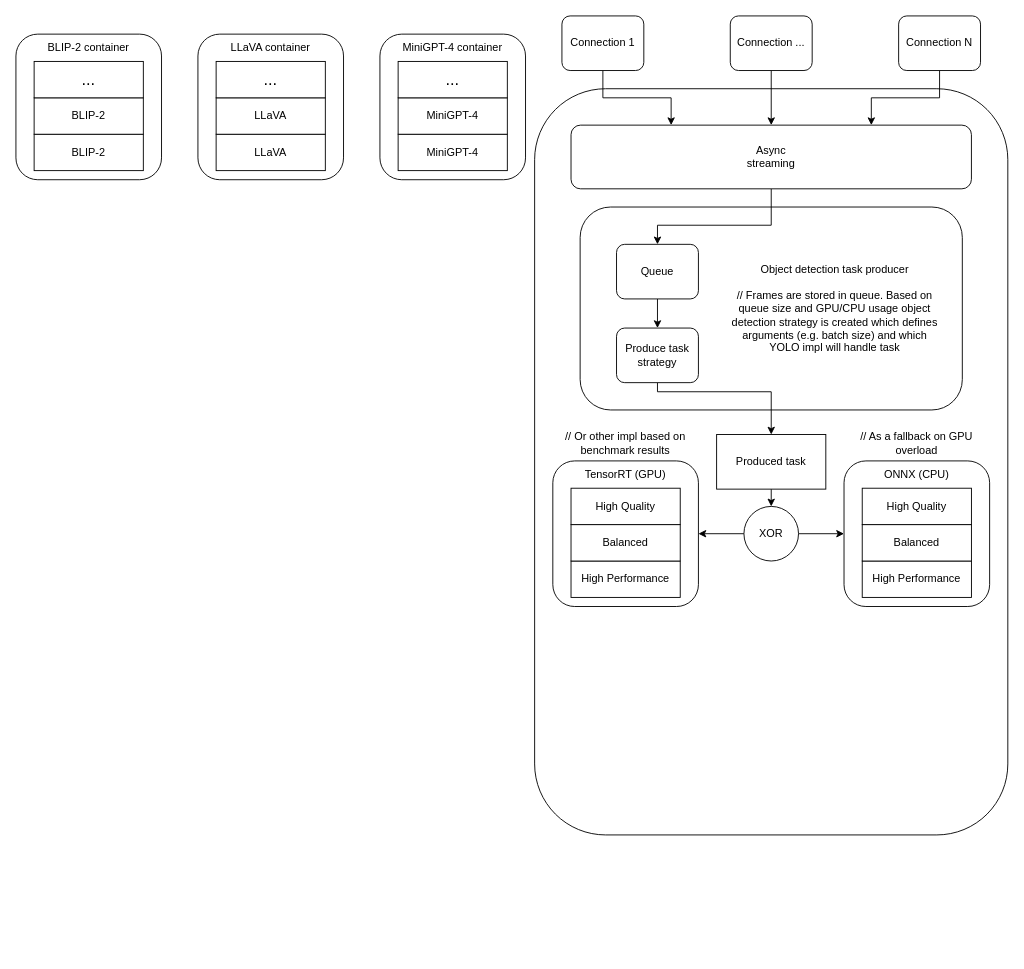
The draw.io diagram Диаграмма без названия.drawio in BaronVice/schemas, before the edit. Source tidied: cells renumbered, new cells numbered last; positions are measured from the earlier drawing's top-left corner, leaving out a move shared by most shapes. Both pictures are drawn from the tidied source at 91%, with x=0, y=0 at pixel (15, 15).
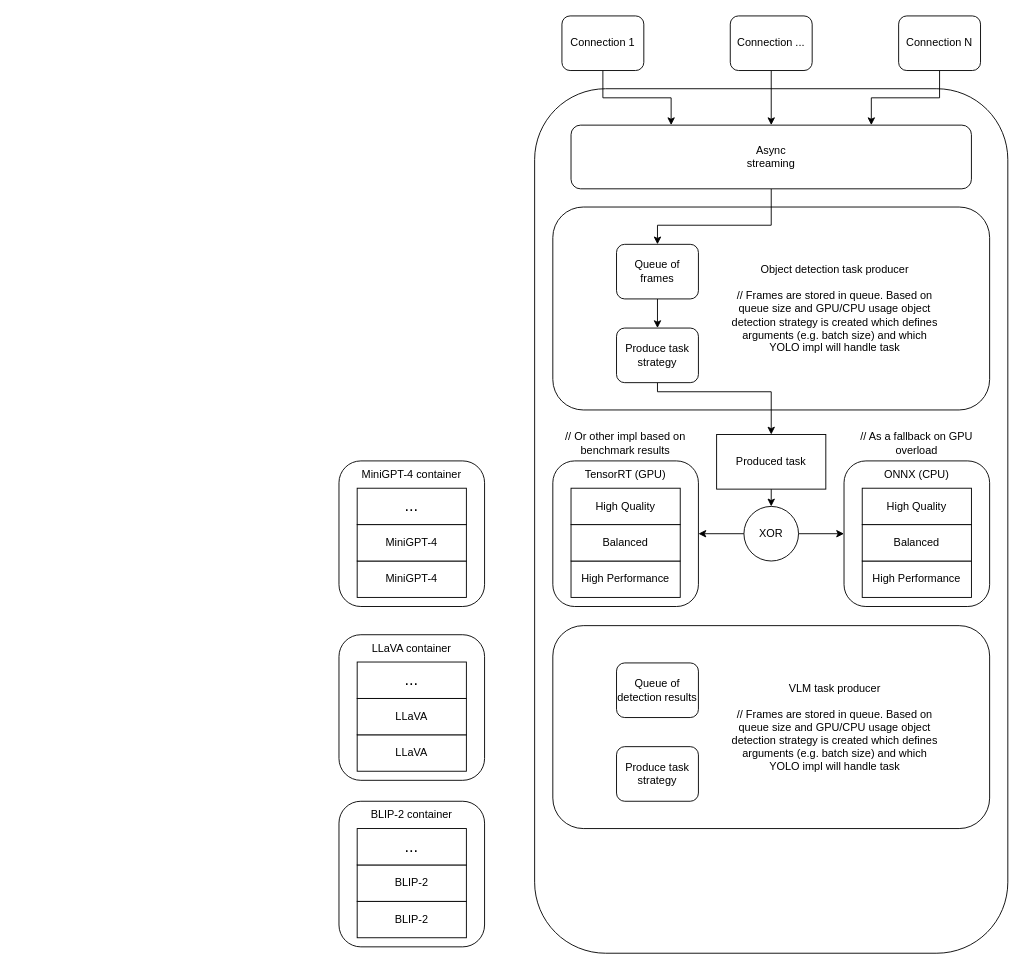
After the change.

What changed in the source:
```diff
@@
     <mxCell id="2" style="rounded=1;whiteSpace=wrap;html=1;" parent="1" vertex="1">
-      <mxGeometry y="20" width="160" height="160" as="geometry" />
+      <mxGeometry x="355" y="863" width="160" height="160" as="geometry" />
     </mxCell>
     <mxCell id="3" value="BLIP-2" style="rounded=0;whiteSpace=wrap;html=1;" parent="1" vertex="1">
-      <mxGeometry x="20" y="130" width="120" height="40" as="geometry" />
+      <mxGeometry x="375" y="973" width="120" height="40" as="geometry" />
     </mxCell>
     <mxCell id="4" value="BLIP-2" style="rounded=0;whiteSpace=wrap;html=1;" parent="1" vertex="1">
-      <mxGeometry x="20" y="90" width="120" height="40" as="geometry" />
+      <mxGeometry x="375" y="933" width="120" height="40" as="geometry" />
     </mxCell>
     <mxCell id="5" value="&lt;font style=&quot;font-size: 18px;&quot;&gt;...&lt;/font&gt;" style="rounded=0;whiteSpace=wrap;html=1;" parent="1" vertex="1">
-      <mxGeometry x="20" y="50" width="120" height="40" as="geometry" />
+      <mxGeometry x="375" y="893" width="120" height="40" as="geometry" />
     </mxCell>
     <mxCell id="6" value="BLIP-2 container" style="text;html=1;align=center;verticalAlign=middle;whiteSpace=wrap;rounded=0;" parent="1" vertex="1">
-      <mxGeometry x="20" y="20" width="120" height="30" as="geometry" />
+      <mxGeometry x="375" y="863" width="120" height="30" as="geometry" />
     </mxCell>
     <mxCell id="7" style="rounded=1;whiteSpace=wrap;html=1;" parent="1" vertex="1">
-      <mxGeometry x="200" y="20" width="160" height="160" as="geometry" />
+      <mxGeometry x="355" y="680" width="160" height="160" as="geometry" />
     </mxCell>
     <mxCell id="8" value="LLaVA" style="rounded=0;whiteSpace=wrap;html=1;" parent="1" vertex="1">
-      <mxGeometry x="220" y="130" width="120" height="40" as="geometry" />
+      <mxGeometry x="375" y="790" width="120" height="40" as="geometry" />
     </mxCell>
     <mxCell id="9" value="LLaVA" style="rounded=0;whiteSpace=wrap;html=1;" parent="1" vertex="1">
-      <mxGeometry x="220" y="90" width="120" height="40" as="geometry" />
+      <mxGeometry x="375" y="750" width="120" height="40" as="geometry" />
     </mxCell>
     <mxCell id="10" value="&lt;font style=&quot;font-size: 18px;&quot;&gt;...&lt;/font&gt;" style="rounded=0;whiteSpace=wrap;html=1;" parent="1" vertex="1">
-      <mxGeometry x="220" y="50" width="120" height="40" as="geometry" />
+      <mxGeometry x="375" y="710" width="120" height="40" as="geometry" />
     </mxCell>
     <mxCell id="11" value="LLaVA container" style="text;html=1;align=center;verticalAlign=middle;whiteSpace=wrap;rounded=0;" parent="1" vertex="1">
-      <mxGeometry x="220" y="20" width="120" height="30" as="geometry" />
+      <mxGeometry x="375" y="680" width="120" height="30" as="geometry" />
     </mxCell>
     <mxCell id="12" style="rounded=1;whiteSpace=wrap;html=1;" parent="1" vertex="1">
-      <mxGeometry x="400" y="20" width="160" height="160" as="geometry" />
+      <mxGeometry x="355" y="489" width="160" height="160" as="geometry" />
     </mxCell>
     <mxCell id="13" value="MiniGPT-4" style="rounded=0;whiteSpace=wrap;html=1;" parent="1" vertex="1">
-      <mxGeometry x="420" y="130" width="120" height="40" as="geometry" />
+      <mxGeometry x="375" y="599" width="120" height="40" as="geometry" />
     </mxCell>
     <mxCell id="14" value="MiniGPT-4" style="rounded=0;whiteSpace=wrap;html=1;" parent="1" vertex="1">
-      <mxGeometry x="420" y="90" width="120" height="40" as="geometry" />
+      <mxGeometry x="375" y="559" width="120" height="40" as="geometry" />
     </mxCell>
     <mxCell id="15" value="&lt;font style=&quot;font-size: 18px;&quot;&gt;...&lt;/font&gt;" style="rounded=0;whiteSpace=wrap;html=1;" parent="1" vertex="1">
-      <mxGeometry x="420" y="50" width="120" height="40" as="geometry" />
+      <mxGeometry x="375" y="519" width="120" height="40" as="geometry" />
     </mxCell>
     <mxCell id="16" value="MiniGPT-4 container" style="text;html=1;align=center;verticalAlign=middle;whiteSpace=wrap;rounded=0;" parent="1" vertex="1">
-      <mxGeometry x="420" y="20" width="120" height="30" as="geometry" />
+      <mxGeometry x="375" y="489" width="120" height="30" as="geometry" />
     </mxCell>
     <mxCell id="17" style="rounded=1;whiteSpace=wrap;html=1;rotation=90;" parent="1" vertex="1">
-      <mxGeometry x="420" y="230" width="820" height="520" as="geometry" />
+      <mxGeometry x="355" y="295" width="950" height="520" as="geometry" />
     </mxCell>
     <mxCell id="18" style="rounded=1;whiteSpace=wrap;html=1;" parent="1" vertex="1">
-      <mxGeometry x="620" y="210" width="420" height="223" as="geometry" />
+      <mxGeometry x="590" y="210" width="480" height="223" as="geometry" />
     </mxCell>
@@
-    <mxCell id="40" value="Queue" style="rounded=1;whiteSpace=wrap;html=1;" parent="1" vertex="1">
+    <mxCell id="40" value="Queue of frames" style="rounded=1;whiteSpace=wrap;html=1;" parent="1" vertex="1">
       <mxGeometry x="660" y="251" width="90" height="60" as="geometry" />
     </mxCell>
@@
+    <mxCell id="49" style="rounded=1;whiteSpace=wrap;html=1;" parent="1" vertex="1">
+      <mxGeometry x="590" y="670" width="480" height="223" as="geometry" />
+    </mxCell>
+    <mxCell id="50" value="Queue of detection results" style="rounded=1;whiteSpace=wrap;html=1;" parent="1" vertex="1">
+      <mxGeometry x="660" y="711" width="90" height="60" as="geometry" />
+    </mxCell>
+    <mxCell id="51" value="&lt;div&gt;VLM task producer&lt;/div&gt;&lt;div&gt;&lt;br&gt;&lt;/div&gt;&lt;div&gt;// Frames are stored in queue. Based on queue size and GPU/CPU usage object detection strategy is created which defines arguments (e.g. batch size) and which YOLO impl will handle task&lt;/div&gt;" style="text;html=1;align=center;verticalAlign=middle;whiteSpace=wrap;rounded=0;" parent="1" vertex="1">
+      <mxGeometry x="780" y="711.5" width="240" height="140" as="geometry" />
+    </mxCell>
+    <mxCell id="52" value="Produce task strategy" style="rounded=1;whiteSpace=wrap;html=1;" parent="1" vertex="1">
+      <mxGeometry x="660" y="803" width="90" height="60" as="geometry" />
+    </mxCell>
```
